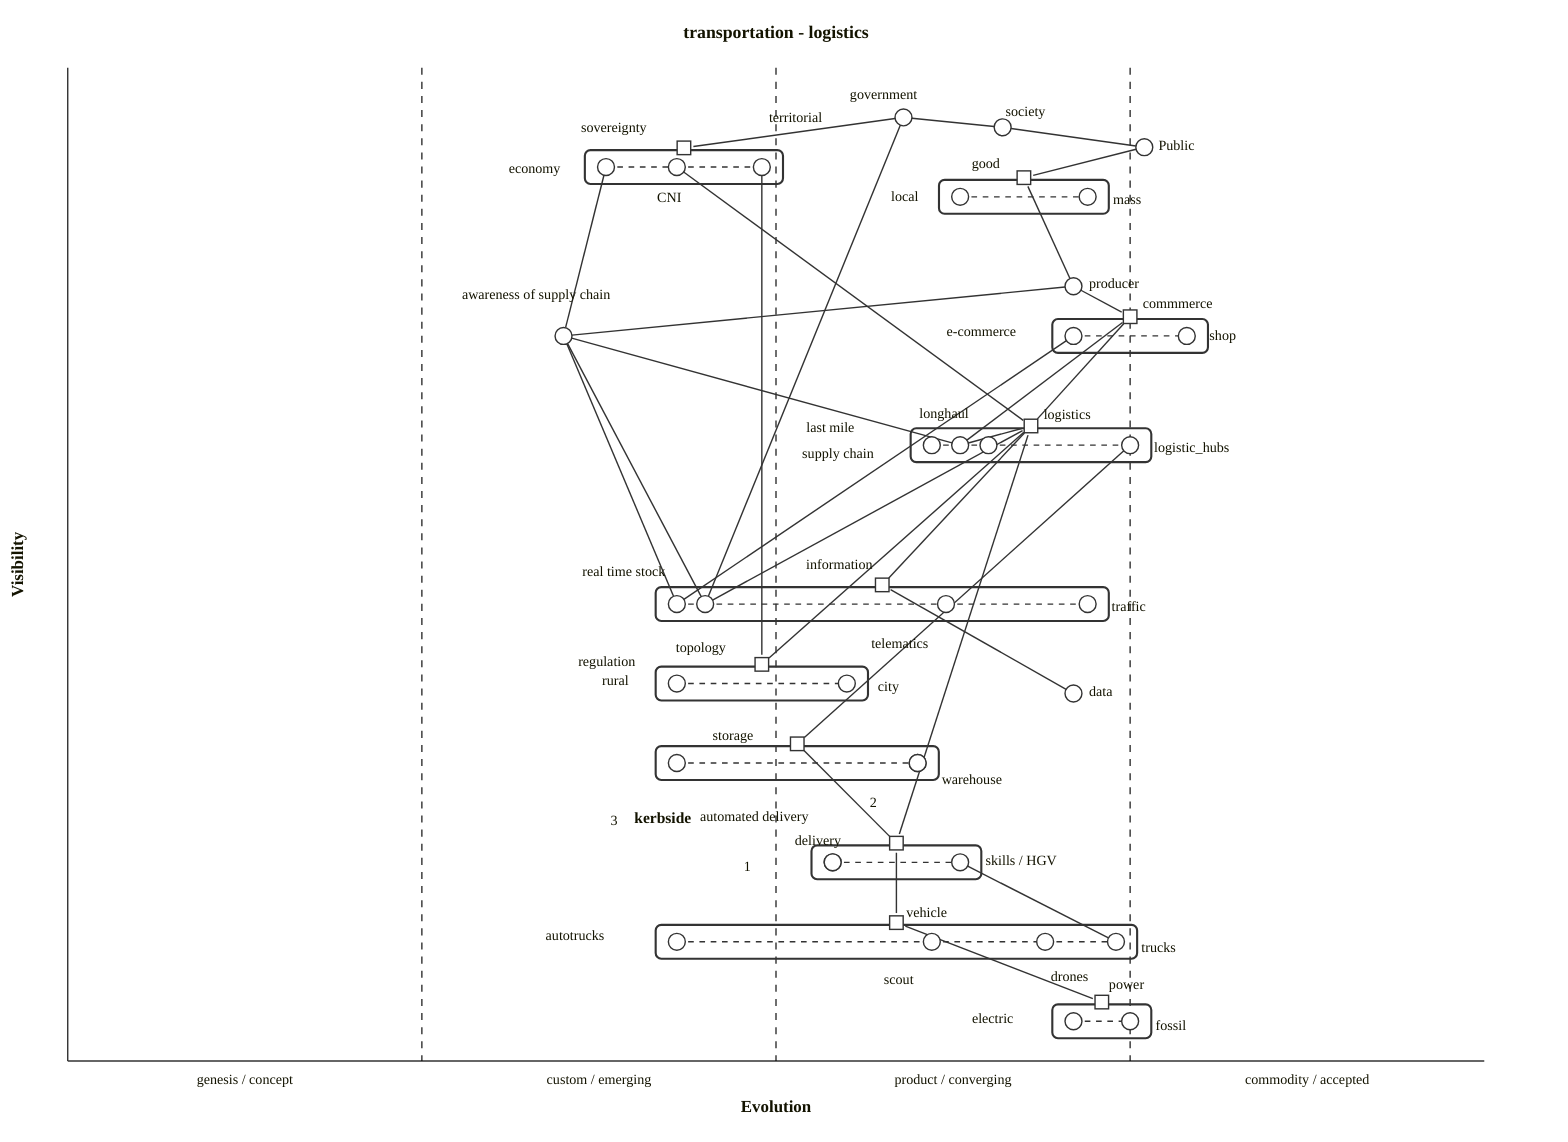
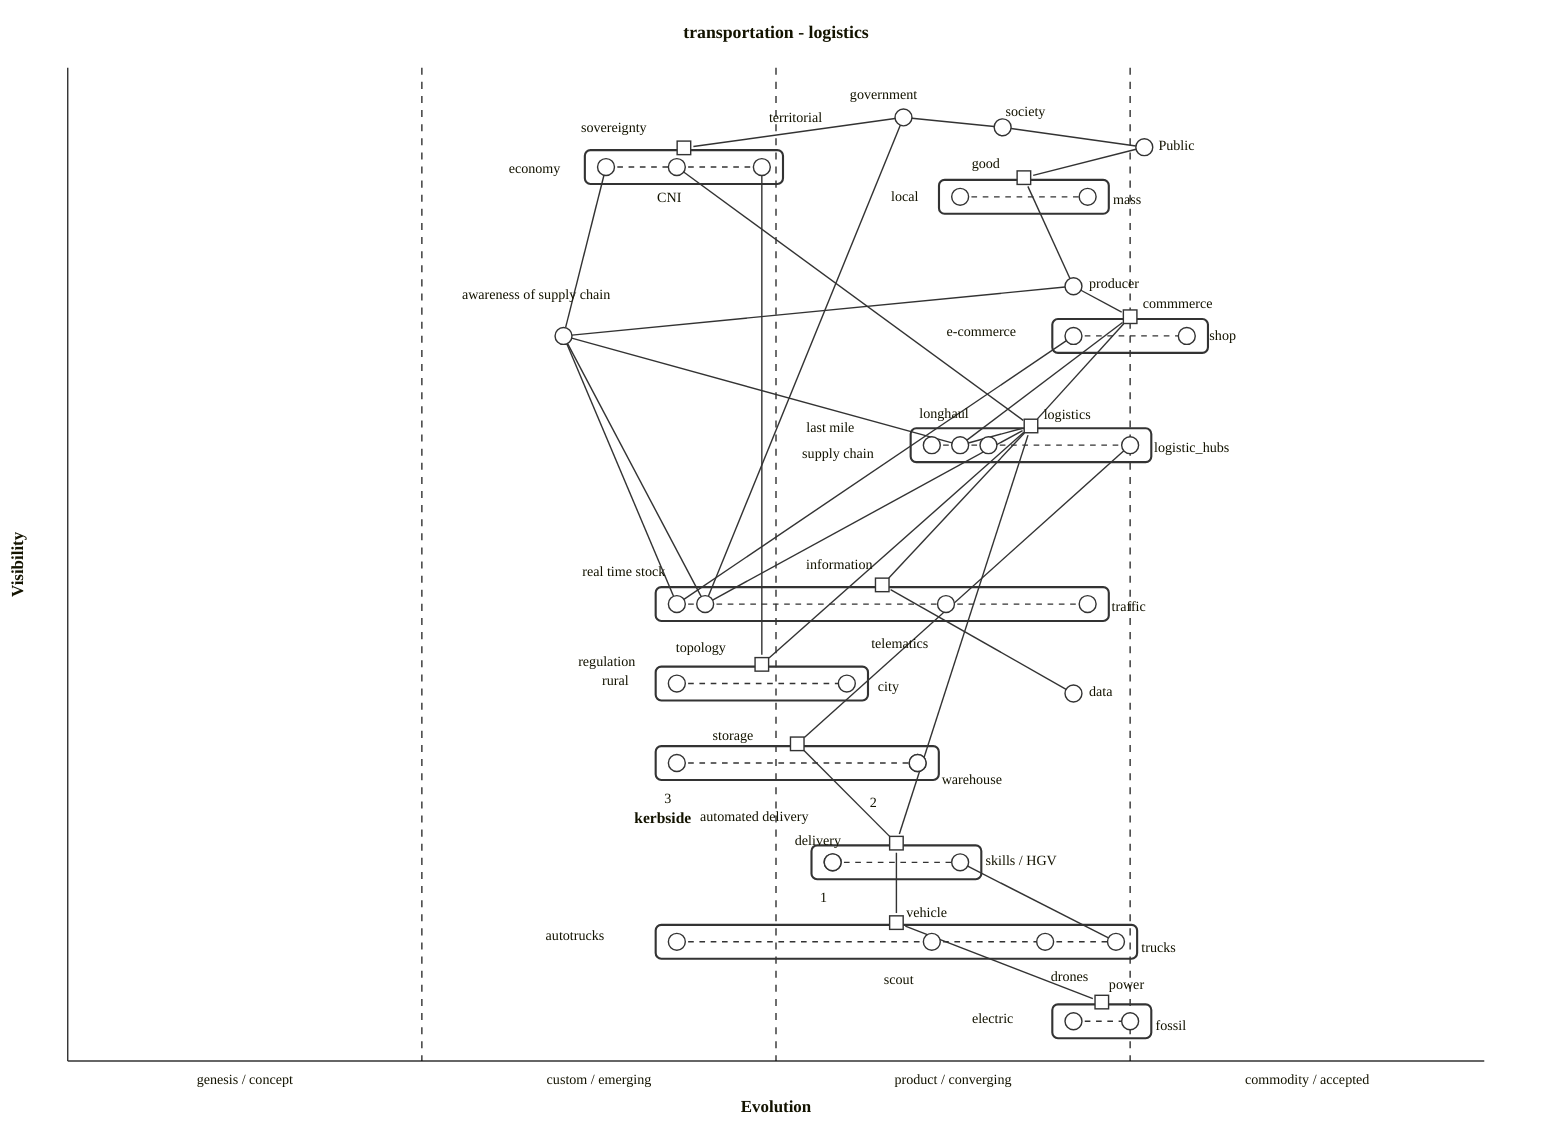
wardley-beta
title transportation - logistics
size [1100, 800]
evolution genesis / concept -> custom / emerging -> product/ converging -> commodity / accepted

evolve "1" 0.59
evolve "2" 0.74

evolve "3" 0.51

component Public [0.92, 0.76] label [10, 2]
component producer [0.78, 0.71] label [11, 1]
component good [0.87, 0.70] label [-37, -7]
pipeline good {
  component local [0.63] label [-49, 3]
  component mass [0.72] label [18, 5]
}
component topology [0.38, 0.51] label [-61, -9]
pipeline topology {
  component rural [0.43] label [-53, 1]
  component city [0.55] label [22, 5]
}
component commmerce [0.73, 0.76] label [9, -6]
pipeline commmerce {
  component e-commerce [0.71] label [-90, 0]
  component shop [0.79] label [16, 3]
}
component vehicle [0.12, 0.60] label [7, -4]
pipeline vehicle {
  component autotrucks [0.43] label [-93, -1]
  component scout [0.61] label [-34, 30]
  component drones [0.69] label [4, 28]
  component trucks [0.74] label [18, 7]
}

component awareness of supply chain [0.73, 0.35] label [-72, -26]

component delivery [0.20, 0.59] label [-72, 1]
pipeline delivery {
-   component "1" [0.54] label [-63, 6]
+   component "1" [0.54] label [-9, 28]
  component automated delivery [0.54] label [-94, -29]
  component "skills / HGV" [0.63] label [18, 2]
}
component power [0.04, 0.73] label [5, -9]
pipeline power {
  component electric [0.71] label [-72, 1]
  component fossil [0.75] label [18, 6]
}

evolve real time stock 0.5

component information [0.46, 0.65] label [-54, -11]
pipeline information {
  component real time stock [0.43] label [-67, -20]
  component regulation [0.45] label [-90, 44]
  component telematics [0.62] label [-53, 31]
  component traffic [0.72] label [17, 5]
}
component data [0.37, 0.71] label [11, 2]

component storage [0.30, 0.59] label [-60, -3]
pipeline storage {
-   component "3" [0.43] label [-47, 44]
+   component "3" [0.43] label [-9, 28]
  component "2" [0.6] label [-34, 31]
  component warehouse [0.6] label [17, 15]
}

component society [0.94, 0.66] label [2, -8]
component government [0.95, 0.59] label [-38, -13]

note "kerbside" [0.24, 0.40]

component logistics [0.62, 0.72] label [9, -5]
pipeline logistics {
  component last mile [0.61] label [-89, -9]
  component supply chain [0.63] label [-112, 9]
  component longhaul [0.65] label [-49, -19]
  component logistic_hubs [0.75] label [17, 5]
}
component sovereignty [0.90, 0.42] label [-73, -11]
pipeline sovereignty {
  component economy [0.38] label [-69, 4]
  component CNI [0.43] label [-14, 25]
  component territorial [0.49] label [5, -32]
}

consumer -> good
warehouse -> community spaces
topology -> community spaces
automated delivery -> robots
robots -> power
government -> regulation
government -> society
society -> consumer
producer -> consumer
producer -> commmerce
society -> behaviour
behaviour -> community spaces
society -> cohesion
cohesion -> community spaces
community spaces -> planning
producer -> good
commmerce -> logistics
logistics -> delivery
logistics -> topology
consumer -> privacy
privacy -> data
government -> sovereignty
CNI -> logistics
territorial -> topology
consumer -> skills
skills -> longhaul
logistics -> supply chain
supply chain -> awareness of supply chain
commmerce -> supply chain
logistic_hubs -> storage
storage -> delivery
regulation -> logistics
vehicle -> robots
vehicle -> power
delivery -> vehicle
"skills / HGV" -> trucks
logistics -> information
information -> data
economy -> awareness of supply chain
territory -> territorial
producer -> awareness of supply chain
regulation -> awareness of supply chain
Public -> society
Public -> good
real time stock -> awareness of supply chain
e-commerce -> real time stock
shop -> consumer transportation
consumer transportation -> last mile

